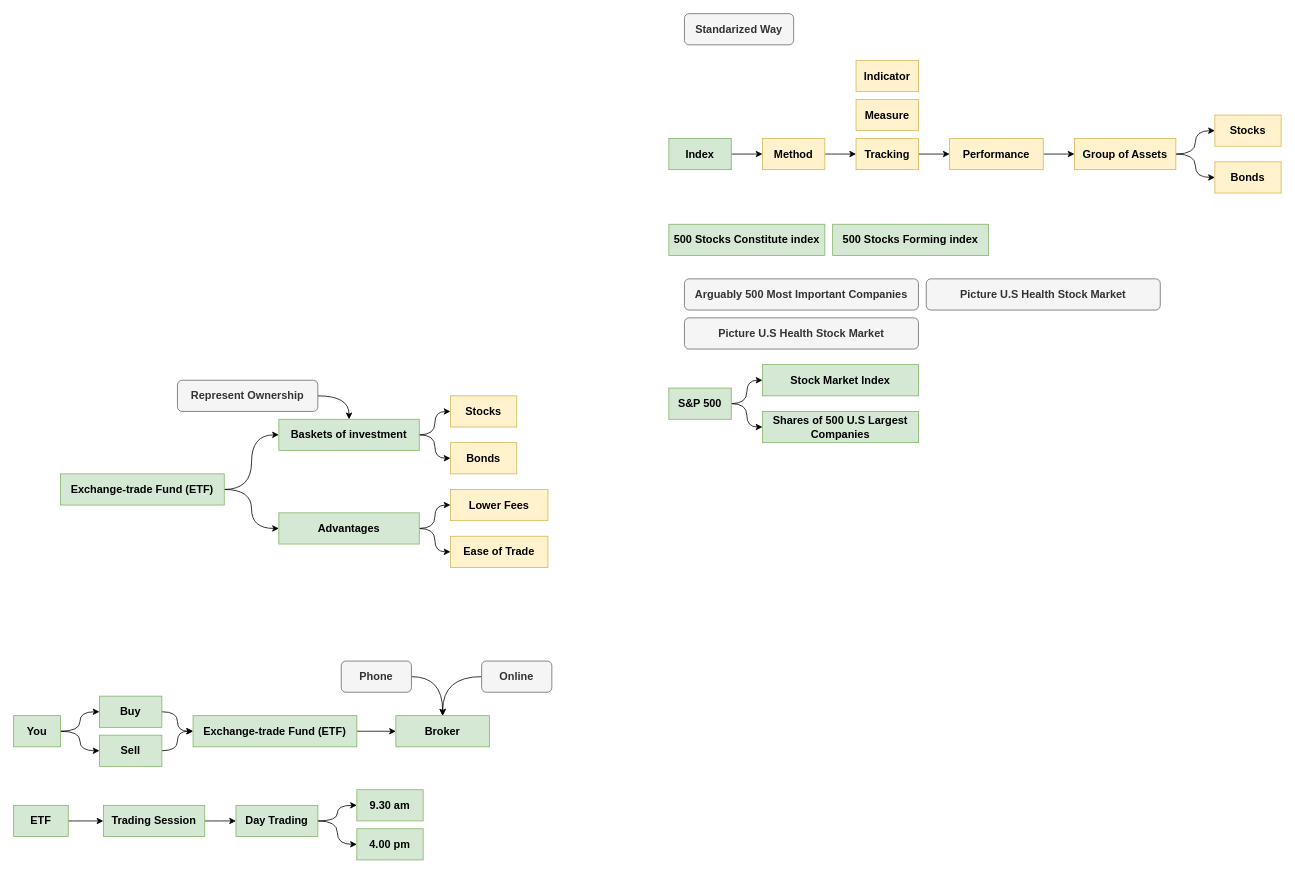
Cryptolibertarian-id/The-Carbon-Credit-Course keeps this draw.io diagram as page "ETF" (2 of 3) of draw.io/ETF.drawio. Above is the earlier version. Source tidied: cells renumbered, new cells numbered last; positions are measured from the earlier drawing's top-left corner, leaving out a move shared by most shapes. Both pictures are drawn from the tidied source at 78%, with x=0, y=0 at pixel (13, 13).
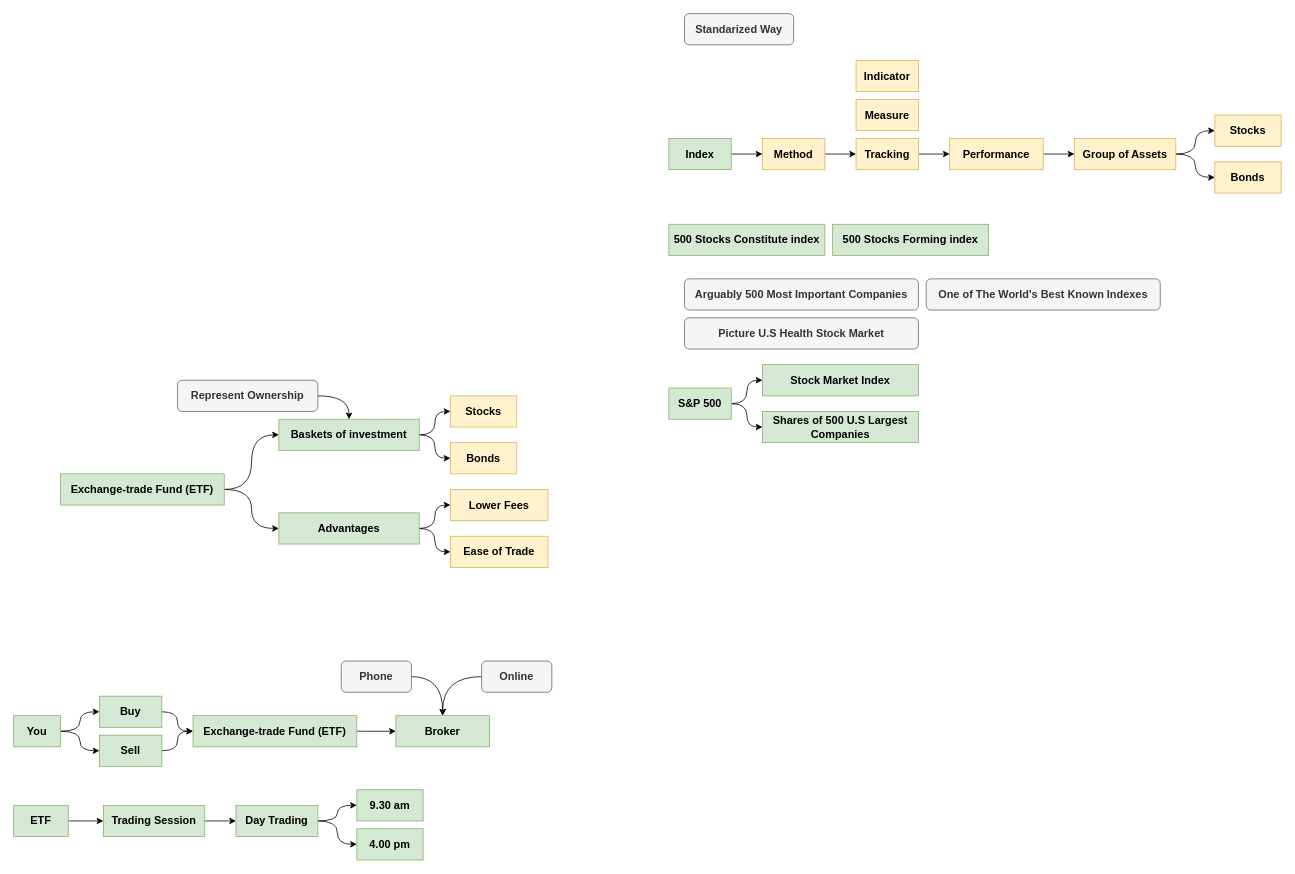
The same page after the edit.

The edit, as a diff of the source:
```diff
@@
-    <mxCell id="65" value="&lt;span style=&quot;font-size: 14px&quot;&gt;&lt;b&gt;Picture U.S Health Stock Market&lt;/b&gt;&lt;/span&gt;" style="rounded=1;whiteSpace=wrap;html=1;fillColor=#f5f5f5;strokeColor=#666666;fontColor=#333333;" parent="1" vertex="1">
+    <mxCell id="65" value="&lt;span style=&quot;font-size: 14px&quot;&gt;&lt;b&gt;One of The World's Best Known Indexes&lt;/b&gt;&lt;/span&gt;" style="rounded=1;whiteSpace=wrap;html=1;fillColor=#f5f5f5;strokeColor=#666666;fontColor=#333333;" parent="1" vertex="1">
       <mxGeometry x="1170" y="340" width="300" height="40" as="geometry" />
     </mxCell>
```
